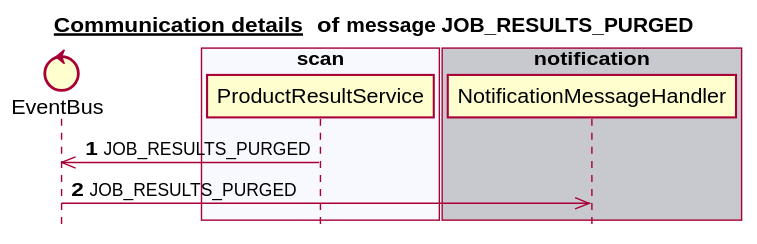
Earlier version of the PlantUML export docs/latest/images/gen_domain_messaging_job_results_purged.svg (mercedes-benz/sechub).
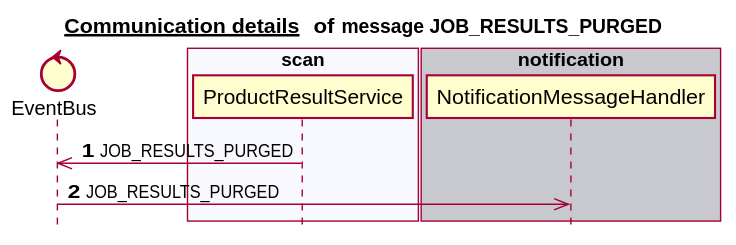
The same file after the commit.

What changed in the source:
```diff
@@ -6,17 +6,17 @@
 
 
 control EventBus
-box "authorization" #C8C8CF
+box "schedule" #C8C8CF
 end box
 box "scan" #F8F8FF
    participant ProductResultService
 end box
-box "administration" #C8C8CF
-end box
-box "schedule" #F8F8FF
-end box
 box "notification" #C8C8CF
    participant NotificationMessageHandler
+end box
+box "administration" #F8F8FF
+end box
+box "authorization" #C8C8CF
 end box
 autonumber 1
 ProductResultService ->> EventBus:JOB_RESULTS_PURGED
```
